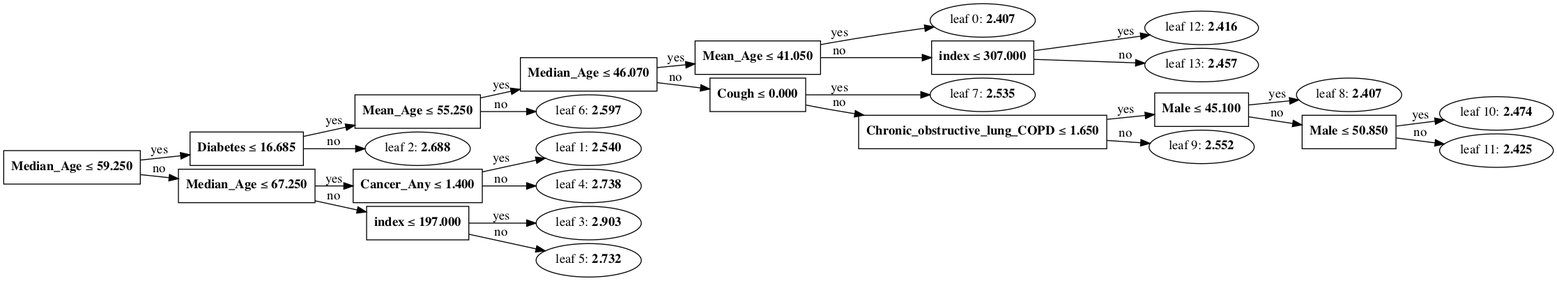
This is Tree.gv.png from Natsuki0928/senior_project, a Graphviz export, as it was before one commit. Its source is kept beside it as Tree.gv. Source of this version:
```dot
digraph Tree {
	graph [nodesep=0.05 rankdir=LR ranksep=0.3]
	split0 [label=<<B>Median_Age</B> &#8804; <B>59.250</B>> fillcolor=white shape=rectangle style=""]
	split1 [label=<<B>Diabetes</B> &#8804; <B>16.685</B>> fillcolor=white shape=rectangle style=""]
	split5 [label=<<B>Mean_Age</B> &#8804; <B>55.250</B>> fillcolor=white shape=rectangle style=""]
	split6 [label=<<B>Median_Age</B> &#8804; <B>46.070</B>> fillcolor=white shape=rectangle style=""]
	split11 [label=<<B>Mean_Age</B> &#8804; <B>41.050</B>> fillcolor=white shape=rectangle style=""]
	leaf0 [label=<leaf 0: <B>2.407</B>>]
	split11 -> leaf0 [label=yes]
	split12 [label=<<B>index</B> &#8804; <B>307.000</B>> fillcolor=white shape=rectangle style=""]
	leaf12 [label=<leaf 12: <B>2.416</B>>]
	split12 -> leaf12 [label=yes]
	leaf13 [label=<leaf 13: <B>2.457</B>>]
	split12 -> leaf13 [label=no]
	split11 -> split12 [label=no]
	split6 -> split11 [label=yes]
	split7 [label=<<B>Cough</B> &#8804; <B>0.000</B>> fillcolor=white shape=rectangle style=""]
	leaf7 [label=<leaf 7: <B>2.535</B>>]
	split7 -> leaf7 [label=yes]
	split8 [label=<<B>Chronic_obstructive_lung_COPD</B> &#8804; <B>1.650</B>> fillcolor=white shape=rectangle style=""]
	split9 [label=<<B>Male</B> &#8804; <B>45.100</B>> fillcolor=white shape=rectangle style=""]
	leaf8 [label=<leaf 8: <B>2.407</B>>]
	split9 -> leaf8 [label=yes]
	split10 [label=<<B>Male</B> &#8804; <B>50.850</B>> fillcolor=white shape=rectangle style=""]
	leaf10 [label=<leaf 10: <B>2.474</B>>]
	split10 -> leaf10 [label=yes]
	leaf11 [label=<leaf 11: <B>2.425</B>>]
	split10 -> leaf11 [label=no]
	split9 -> split10 [label=no]
	split8 -> split9 [label=yes]
	leaf9 [label=<leaf 9: <B>2.552</B>>]
	split8 -> leaf9 [label=no]
	split7 -> split8 [label=no]
	split6 -> split7 [label=no]
	split5 -> split6 [label=yes]
	leaf6 [label=<leaf 6: <B>2.597</B>>]
	split5 -> leaf6 [label=no]
	split1 -> split5 [label=yes]
	leaf2 [label=<leaf 2: <B>2.688</B>>]
	split1 -> leaf2 [label=no]
	split0 -> split1 [label=yes]
	split2 [label=<<B>Median_Age</B> &#8804; <B>67.250</B>> fillcolor=white shape=rectangle style=""]
	split3 [label=<<B>Cancer_Any</B> &#8804; <B>1.400</B>> fillcolor=white shape=rectangle style=""]
	leaf1 [label=<leaf 1: <B>2.540</B>>]
	split3 -> leaf1 [label=yes]
	leaf4 [label=<leaf 4: <B>2.738</B>>]
	split3 -> leaf4 [label=no]
	split2 -> split3 [label=yes]
	split4 [label=<<B>index</B> &#8804; <B>197.000</B>> fillcolor=white shape=rectangle style=""]
	leaf3 [label=<leaf 3: <B>2.903</B>>]
	split4 -> leaf3 [label=yes]
	leaf5 [label=<leaf 5: <B>2.732</B>>]
	split4 -> leaf5 [label=no]
	split2 -> split4 [label=no]
	split0 -> split2 [label=no]
}
```
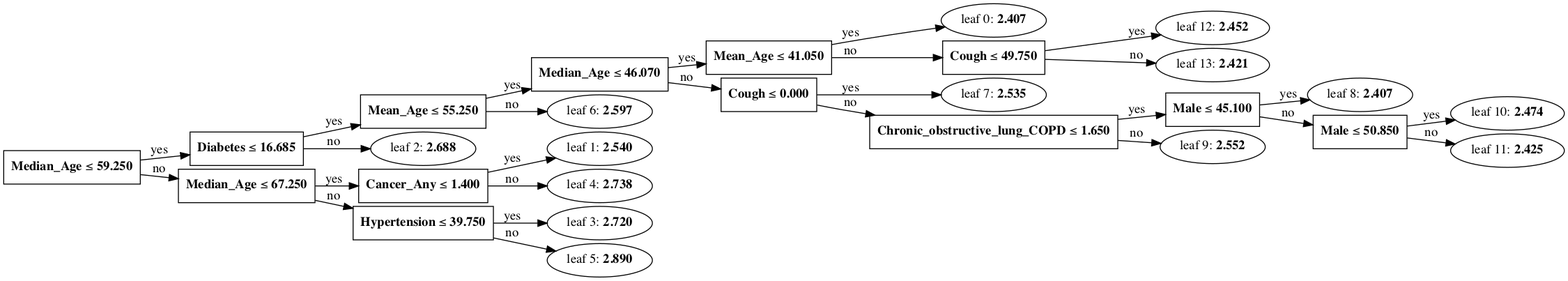
The same diagram one commit later.

Diff of the diagram source:
```diff
@@ -7,10 +7,10 @@
 	split11 [label=<<B>Mean_Age</B> &#8804; <B>41.050</B>> fillcolor=white shape=rectangle style=""]
 	leaf0 [label=<leaf 0: <B>2.407</B>>]
 	split11 -> leaf0 [label=yes]
-	split12 [label=<<B>index</B> &#8804; <B>307.000</B>> fillcolor=white shape=rectangle style=""]
-	leaf12 [label=<leaf 12: <B>2.416</B>>]
+	split12 [label=<<B>Cough</B> &#8804; <B>49.750</B>> fillcolor=white shape=rectangle style=""]
+	leaf12 [label=<leaf 12: <B>2.452</B>>]
 	split12 -> leaf12 [label=yes]
-	leaf13 [label=<leaf 13: <B>2.457</B>>]
+	leaf13 [label=<leaf 13: <B>2.421</B>>]
 	split12 -> leaf13 [label=no]
 	split11 -> split12 [label=no]
 	split6 -> split11 [label=yes]
@@ -46,10 +46,10 @@
 	leaf4 [label=<leaf 4: <B>2.738</B>>]
 	split3 -> leaf4 [label=no]
 	split2 -> split3 [label=yes]
-	split4 [label=<<B>index</B> &#8804; <B>197.000</B>> fillcolor=white shape=rectangle style=""]
-	leaf3 [label=<leaf 3: <B>2.903</B>>]
+	split4 [label=<<B>Hypertension</B> &#8804; <B>39.750</B>> fillcolor=white shape=rectangle style=""]
+	leaf3 [label=<leaf 3: <B>2.720</B>>]
 	split4 -> leaf3 [label=yes]
-	leaf5 [label=<leaf 5: <B>2.732</B>>]
+	leaf5 [label=<leaf 5: <B>2.890</B>>]
 	split4 -> leaf5 [label=no]
 	split2 -> split4 [label=no]
 	split0 -> split2 [label=no]
```
